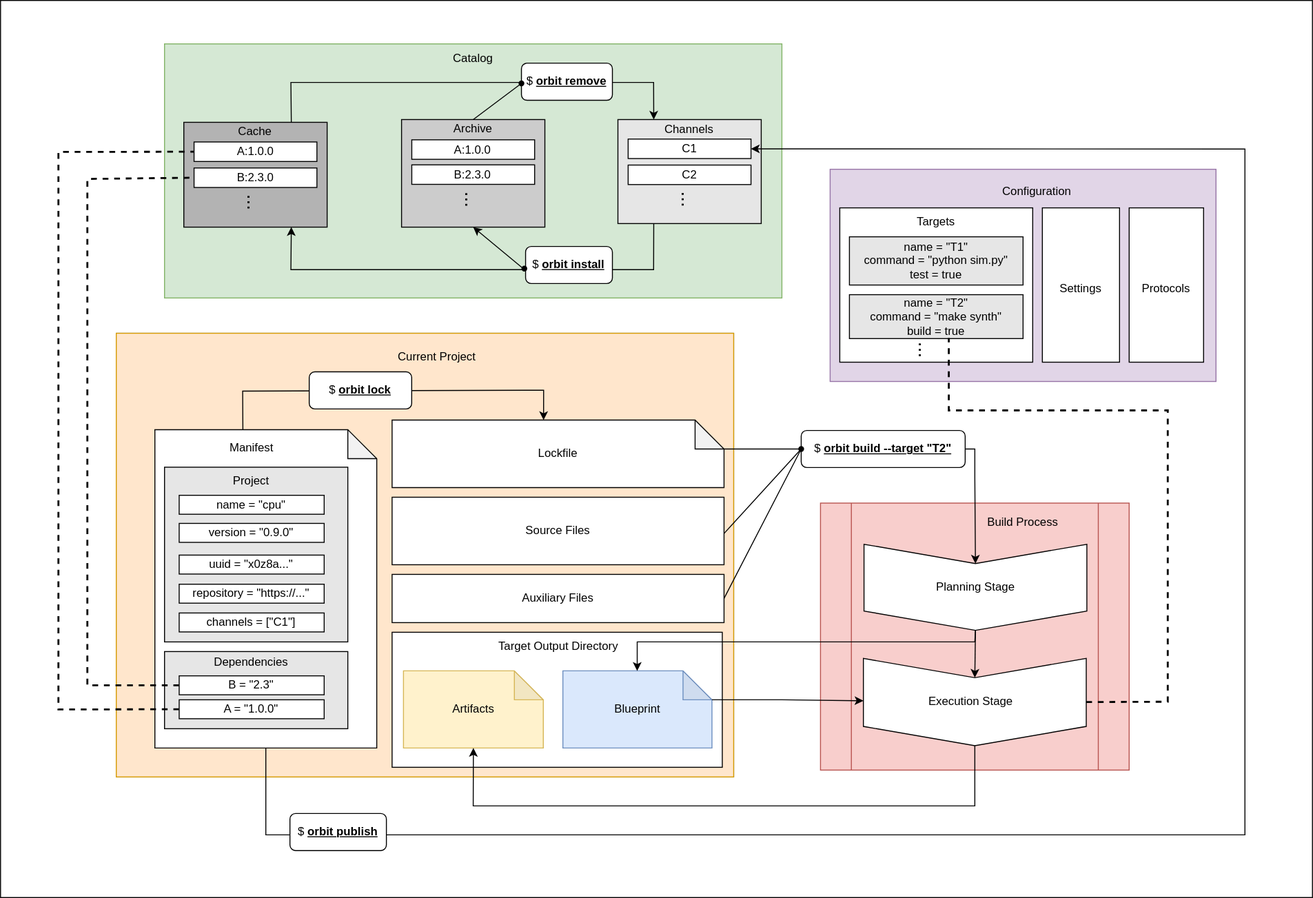
The draw.io diagram docs/src/images/architecture.svg in chaseruskin/orbit, before a commit. Source tidied: cells renumbered, new cells last; positions are measured from the earlier drawing's top-left corner, leaving out a move shared by most shapes.
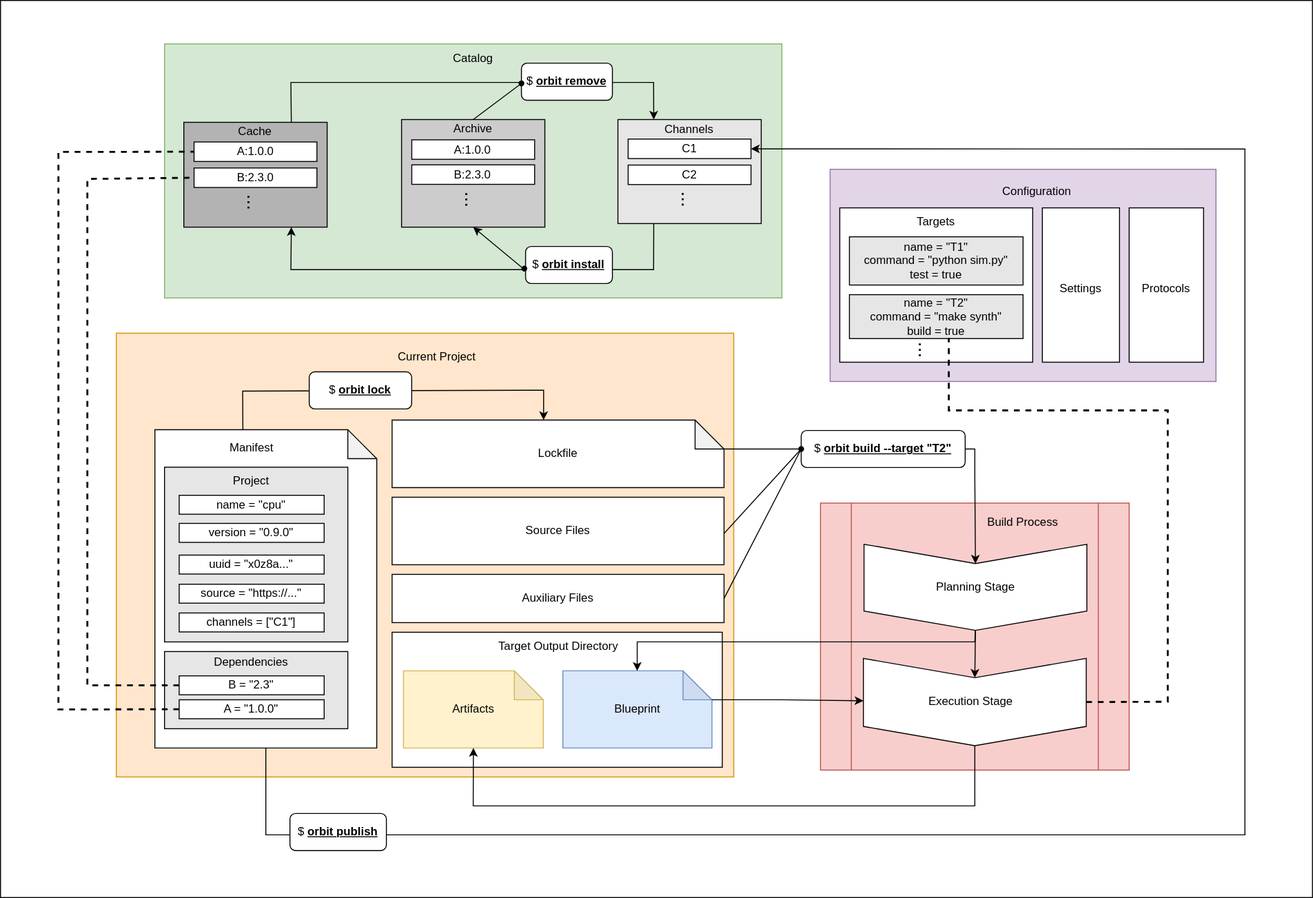
Later version of the same file.

What changed in the source:
```diff
@@ -68,7 +68,7 @@
     <mxCell id="23" value="version = &quot;0.9.0&quot;" style="rounded=0;whiteSpace=wrap;html=1;fillColor=#FFFFFF;" parent="13" vertex="1">
       <mxGeometry x="25.2" y="97.1" width="150.3" height="19.6" as="geometry" />
     </mxCell>
-    <mxCell id="24" value="repository = &quot;https://...&quot;" style="rounded=0;whiteSpace=wrap;html=1;fillColor=#FFFFFF;" parent="13" vertex="1">
+    <mxCell id="24" value="source = &quot;https://...&quot;" style="rounded=0;whiteSpace=wrap;html=1;fillColor=#FFFFFF;" parent="13" vertex="1">
       <mxGeometry x="25.2" y="160.2" width="150.3" height="19.6" as="geometry" />
     </mxCell>
     <mxCell id="25" value="channels = [&quot;C1&quot;]" style="rounded=0;whiteSpace=wrap;html=1;fillColor=#FFFFFF;" parent="13" vertex="1">
```
